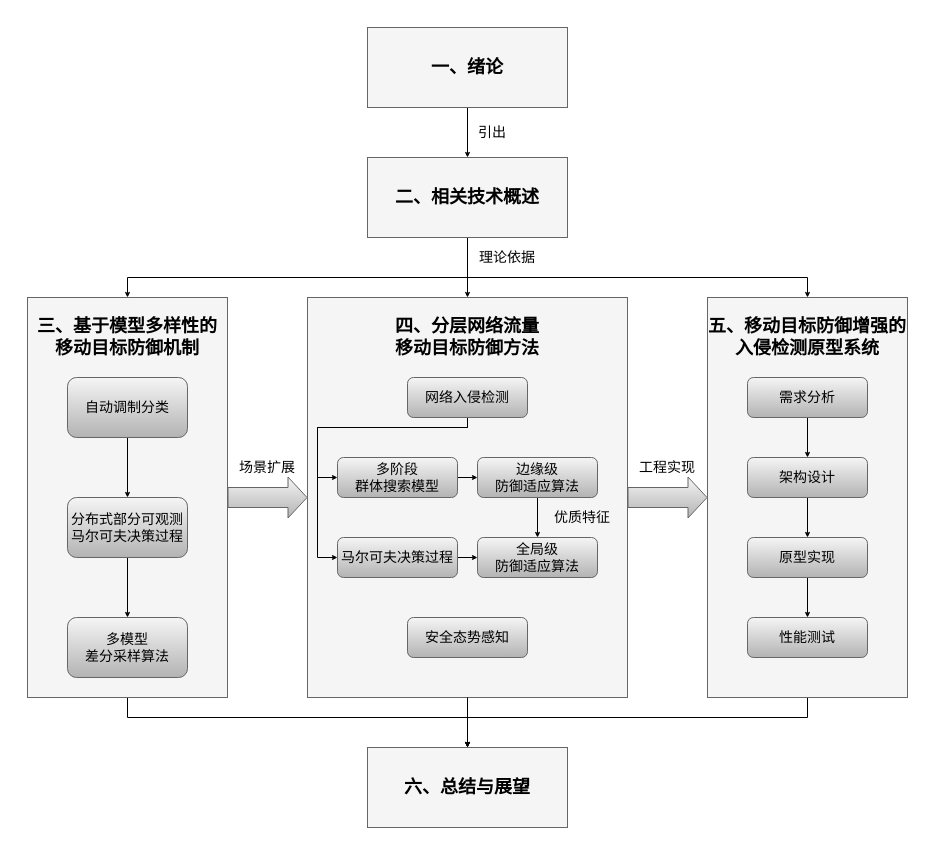
Earlier version of the draw.io diagram 毕业论文1-2.drawio (weyg0/Diagrams). Source tidied: cells renumbered, new cells numbered last; positions are measured from the earlier drawing's top-left corner, leaving out a move shared by most shapes. Both pictures are drawn from the tidied source at 100%, with x=0, y=0 at pixel (17, 17).
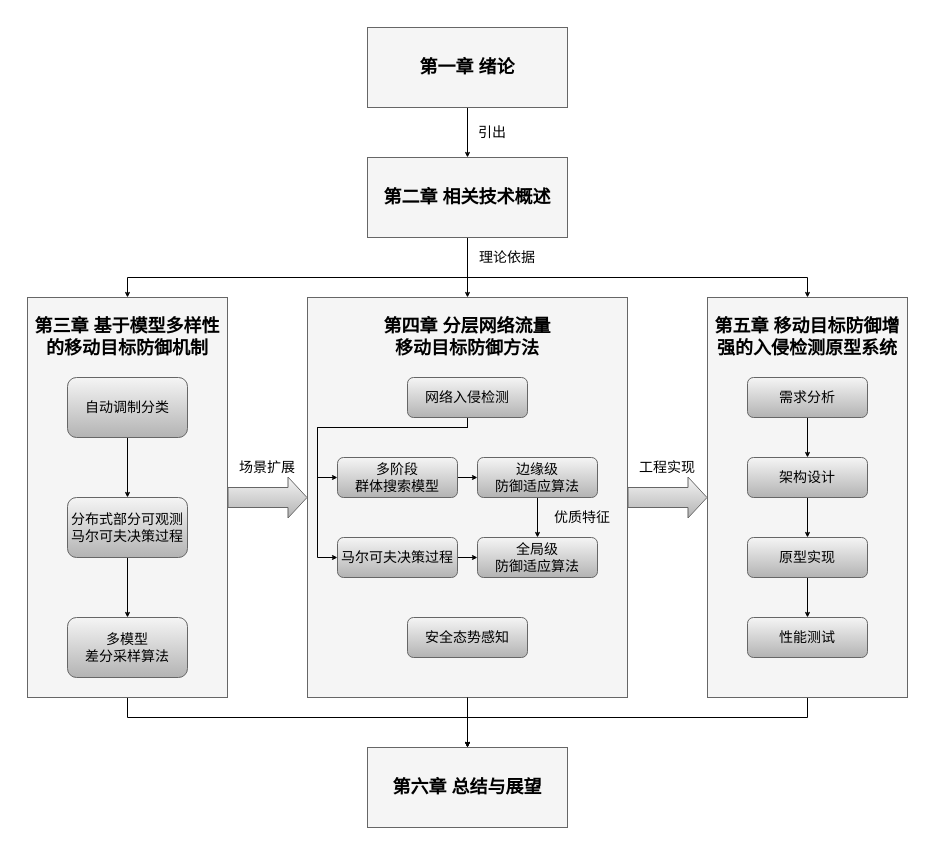
The same diagram, later.

Commit message:
更新毕业论文1-2.drawio

The edit, as a diff of the source:
```diff
@@
-    <mxCell id="10" value="一、绪论" style="rounded=0;whiteSpace=wrap;html=1;fontSize=18;fontStyle=1;fillColor=#f5f5f5;fontColor=default;strokeColor=#666666;" parent="1" vertex="1">
+    <mxCell id="10" value="第一章 绪论" style="rounded=0;whiteSpace=wrap;html=1;fontSize=18;fontStyle=1;fillColor=#f5f5f5;fontColor=default;strokeColor=#666666;" parent="1" vertex="1">
       <mxGeometry x="350" y="10" width="200" height="80" as="geometry" />
     </mxCell>
@@
-    <mxCell id="14" value="二、相关技术概述" style="rounded=0;whiteSpace=wrap;html=1;fontSize=18;fontStyle=1;fillColor=#f5f5f5;fontColor=default;strokeColor=#666666;" parent="1" vertex="1">
+    <mxCell id="14" value="第二章 相关技术概述" style="rounded=0;whiteSpace=wrap;html=1;fontSize=18;fontStyle=1;fillColor=#f5f5f5;fontColor=default;strokeColor=#666666;" parent="1" vertex="1">
       <mxGeometry x="350" y="140" width="200" height="80" as="geometry" />
     </mxCell>
-    <mxCell id="15" value="六、总结与展望" style="rounded=0;whiteSpace=wrap;html=1;fontSize=18;fontStyle=1;fillColor=#f5f5f5;fontColor=default;strokeColor=#666666;" parent="1" vertex="1">
+    <mxCell id="15" value="第六章 总结与展望" style="rounded=0;whiteSpace=wrap;html=1;fontSize=18;fontStyle=1;fillColor=#f5f5f5;fontColor=default;strokeColor=#666666;" parent="1" vertex="1">
       <mxGeometry x="350" y="730" width="200" height="80" as="geometry" />
     </mxCell>
@@
-    <mxCell id="21" value="三、基于模型多样性的&lt;div&gt;移动目标防御机制&lt;/div&gt;" style="text;html=1;align=center;verticalAlign=middle;whiteSpace=wrap;rounded=0;fontSize=18;fontStyle=1;" parent="1" vertex="1">
+    <mxCell id="21" value="第三章 基于模型多样性的&lt;span style=&quot;background-color: transparent; color: light-dark(rgb(0, 0, 0), rgb(255, 255, 255));&quot;&gt;移动目标防御机制&lt;/span&gt;" style="text;html=1;align=center;verticalAlign=middle;whiteSpace=wrap;rounded=0;fontSize=18;fontStyle=1;" parent="1" vertex="1">
       <mxGeometry x="10" y="280" width="200" height="80" as="geometry" />
     </mxCell>
-    <mxCell id="22" value="四、分层网络流量&lt;div&gt;移动目标防御方法&lt;/div&gt;" style="text;html=1;align=center;verticalAlign=middle;whiteSpace=wrap;rounded=0;fontSize=18;fontStyle=1;" parent="1" vertex="1">
+    <mxCell id="22" value="第四章 分层网络流量&lt;div&gt;移动目标防御方法&lt;/div&gt;" style="text;html=1;align=center;verticalAlign=middle;whiteSpace=wrap;rounded=0;fontSize=18;fontStyle=1;" parent="1" vertex="1">
       <mxGeometry x="290" y="280" width="320" height="80" as="geometry" />
     </mxCell>
-    <mxCell id="23" value="五、移动目标防御增强的&lt;div&gt;入侵检测原型系统&lt;/div&gt;" style="text;html=1;align=center;verticalAlign=middle;whiteSpace=wrap;rounded=0;fontSize=18;fontStyle=1;" parent="1" vertex="1">
+    <mxCell id="23" value="第五章 移动目标防御增强的&lt;span style=&quot;background-color: transparent; color: light-dark(rgb(0, 0, 0), rgb(255, 255, 255));&quot;&gt;入侵检测原型系统&lt;/span&gt;" style="text;html=1;align=center;verticalAlign=middle;whiteSpace=wrap;rounded=0;fontSize=18;fontStyle=1;" parent="1" vertex="1">
       <mxGeometry x="690" y="280" width="200" height="80" as="geometry" />
     </mxCell>
```
